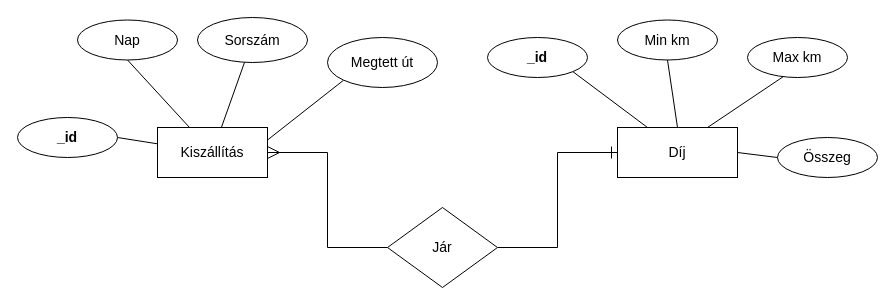
This is Futár ER-modell.drawio from 14A-A-Lyedlik-Devs/futar-docs, a draw.io file, before an edit. Source tidied: cells renumbered, new cells numbered last; positions are measured from the earlier drawing's top-left corner, leaving out a move shared by most shapes. Both pictures are drawn from the tidied source at 100%, with x=0, y=0 at pixel (17, 17).
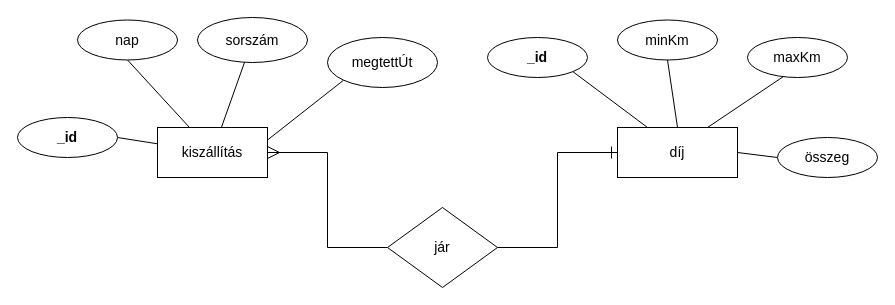
The same page after the edit.

Commit message (it also covers changes not shown here):
camelCase jelölés

Diff of the diagram source:
```diff
@@
-    <mxCell id="7" value="&lt;font style=&quot;font-size: 14px;&quot;&gt;Kiszállítás&lt;/font&gt;" style="rounded=0;whiteSpace=wrap;html=1;" parent="1" vertex="1">
+    <mxCell id="7" value="&lt;font style=&quot;font-size: 14px;&quot;&gt;kiszállítás&lt;/font&gt;" style="rounded=0;whiteSpace=wrap;html=1;" parent="1" vertex="1">
       <mxGeometry x="140" y="110" width="110" height="50" as="geometry" />
     </mxCell>
-    <mxCell id="8" value="&lt;font style=&quot;font-size: 14px;&quot;&gt;Nap&lt;/font&gt;" style="ellipse;whiteSpace=wrap;html=1;" parent="1" vertex="1">
+    <mxCell id="8" value="&lt;font style=&quot;font-size: 14px;&quot;&gt;nap&lt;/font&gt;" style="ellipse;whiteSpace=wrap;html=1;" parent="1" vertex="1">
       <mxGeometry x="60" y="2.5" width="100" height="40" as="geometry" />
     </mxCell>
-    <mxCell id="9" value="&lt;font style=&quot;font-size: 14px;&quot;&gt;Sorszám&lt;/font&gt;" style="ellipse;whiteSpace=wrap;html=1;" parent="1" vertex="1">
+    <mxCell id="9" value="&lt;font style=&quot;font-size: 14px;&quot;&gt;sorszám&lt;/font&gt;" style="ellipse;whiteSpace=wrap;html=1;" parent="1" vertex="1">
       <mxGeometry x="180" width="110" height="45" as="geometry" />
     </mxCell>
-    <mxCell id="10" value="&lt;font style=&quot;font-size: 14px;&quot;&gt;Megtett út&lt;/font&gt;" style="ellipse;whiteSpace=wrap;html=1;" parent="1" vertex="1">
+    <mxCell id="10" value="&lt;font style=&quot;font-size: 14px;&quot;&gt;megtettÚt&lt;/font&gt;" style="ellipse;whiteSpace=wrap;html=1;" parent="1" vertex="1">
       <mxGeometry x="310" y="20" width="110" height="50" as="geometry" />
     </mxCell>
@@
-    <mxCell id="15" value="&lt;span style=&quot;font-size: 14px;&quot;&gt;Díj&lt;/span&gt;" style="rounded=0;whiteSpace=wrap;html=1;" parent="1" vertex="1">
+    <mxCell id="15" value="&lt;span style=&quot;font-size: 14px;&quot;&gt;díj&lt;/span&gt;" style="rounded=0;whiteSpace=wrap;html=1;" parent="1" vertex="1">
       <mxGeometry x="600" y="110" width="120" height="50" as="geometry" />
     </mxCell>
@@
-    <mxCell id="17" value="&lt;font style=&quot;font-size: 14px;&quot;&gt;Jár&lt;/font&gt;" style="rhombus;whiteSpace=wrap;html=1;" parent="1" vertex="1">
+    <mxCell id="17" value="&lt;font style=&quot;font-size: 14px;&quot;&gt;jár&lt;/font&gt;" style="rhombus;whiteSpace=wrap;html=1;" parent="1" vertex="1">
       <mxGeometry x="370" y="190" width="110" height="80" as="geometry" />
     </mxCell>
-    <mxCell id="18" value="&lt;font style=&quot;font-size: 14px;&quot;&gt;Min km&lt;/font&gt;" style="ellipse;whiteSpace=wrap;html=1;align=center;" parent="1" vertex="1">
+    <mxCell id="18" value="&lt;font style=&quot;font-size: 14px;&quot;&gt;minKm&lt;/font&gt;" style="ellipse;whiteSpace=wrap;html=1;align=center;" parent="1" vertex="1">
       <mxGeometry x="600" y="2.5" width="100" height="40" as="geometry" />
     </mxCell>
-    <mxCell id="19" value="&lt;font style=&quot;font-size: 14px;&quot;&gt;Max km&lt;/font&gt;" style="ellipse;whiteSpace=wrap;html=1;align=center;" parent="1" vertex="1">
+    <mxCell id="19" value="&lt;font style=&quot;font-size: 14px;&quot;&gt;maxKm&lt;/font&gt;" style="ellipse;whiteSpace=wrap;html=1;align=center;" parent="1" vertex="1">
       <mxGeometry x="730" y="20" width="100" height="40" as="geometry" />
     </mxCell>
@@
-    <mxCell id="22" value="&lt;font style=&quot;font-size: 14px;&quot;&gt;Összeg&lt;/font&gt;" style="ellipse;whiteSpace=wrap;html=1;align=center;" parent="1" vertex="1">
+    <mxCell id="22" value="&lt;font style=&quot;font-size: 14px;&quot;&gt;összeg&lt;/font&gt;" style="ellipse;whiteSpace=wrap;html=1;align=center;" parent="1" vertex="1">
       <mxGeometry x="760" y="120" width="100" height="40" as="geometry" />
     </mxCell>
```
